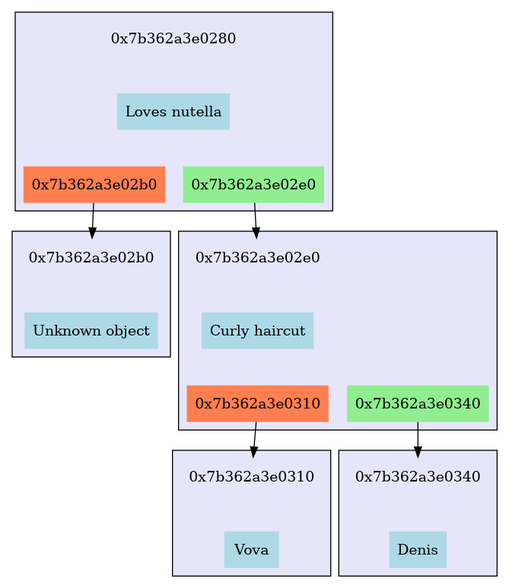
Earlier version of the Graphviz export files/tree.png (MasterVAE/MIPT_Akinator). Its source is kept beside it as files/tree.dot.
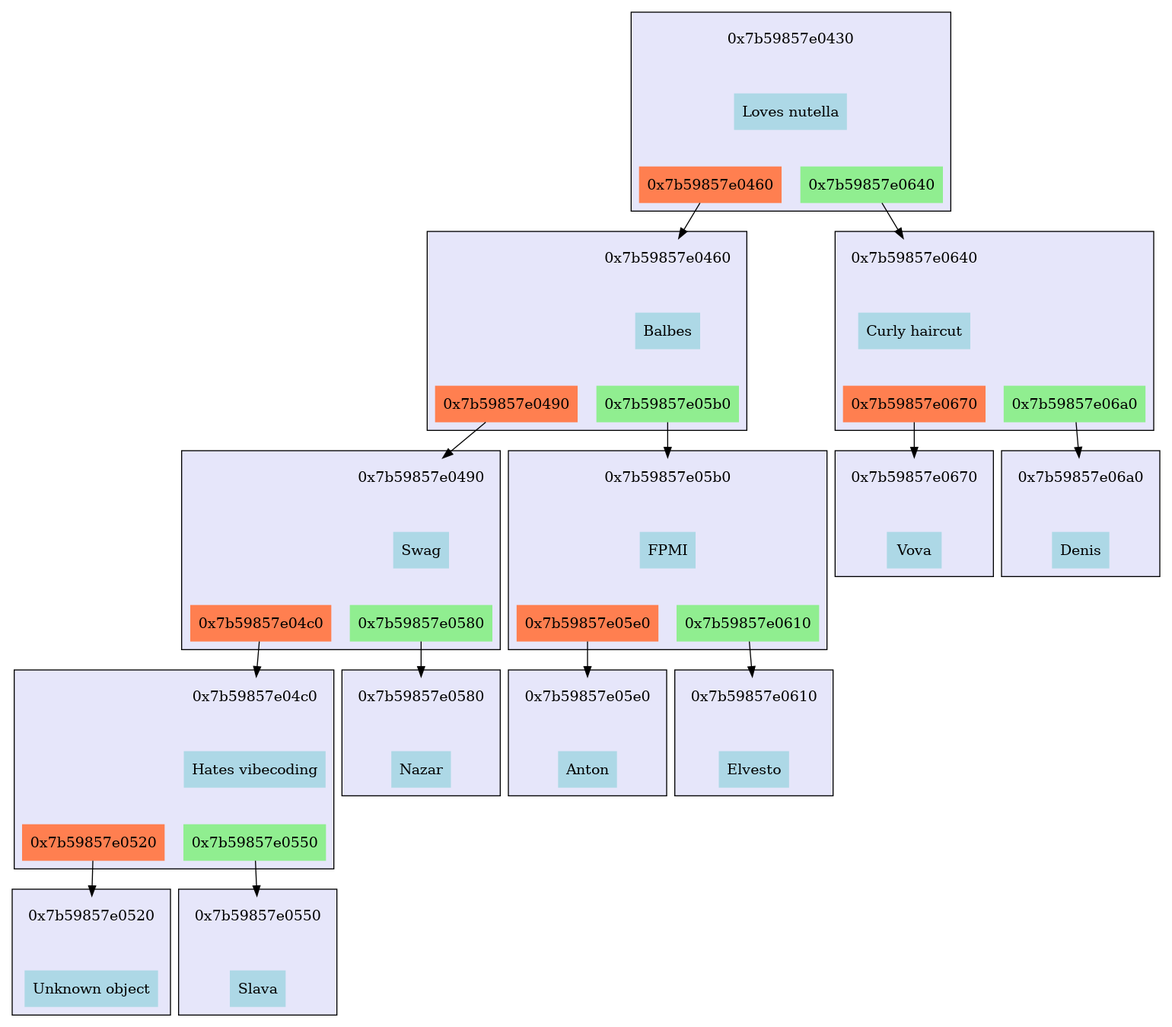
The same file after the commit.

The edit, as a diff of the source:
```diff
@@ -1,80 +1,208 @@
 digraph G {	 node [shape=plaintext, style="filled"];
 	 rankdir=TB;
-subgraph cluster_0x7b362a3e0280
+subgraph cluster_0x7b59857e0430
 {
 	style=filled;
 	rank=0;
 	fillcolor=lavender;
-	"0x7b362a3e0280_address"[label="0x7b362a3e0280",fillcolor="lavender"];
-	"0x7b362a3e0280_value"[label="Loves nutella",fillcolor="lightblue"];
-	subgraph "0x7b362a3e0280_bottom"
+	"0x7b59857e0430_address"[label="0x7b59857e0430",fillcolor="lavender"];
+	"0x7b59857e0430_value"[label="Loves nutella",fillcolor="lightblue"];
+	subgraph "0x7b59857e0430_bottom"
 	{
 		 style=invis;
-		"0x7b362a3e0280_left"[label="0x7b362a3e02b0",fillcolor="coral"];
-		"0x7b362a3e0280_right"[label="0x7b362a3e02e0",fillcolor="lightgreen"];
+		"0x7b59857e0430_left"[label="0x7b59857e0460",fillcolor="coral"];
+		"0x7b59857e0430_right"[label="0x7b59857e0640",fillcolor="lightgreen"];
 	}
-	"0x7b362a3e0280_address"->"0x7b362a3e0280_value"[style=invis,weight=10];
-	"0x7b362a3e0280_value"->"0x7b362a3e0280_left"[style=invis,weight=10];
-	"0x7b362a3e0280_value"->"0x7b362a3e0280_right"[style=invis,weight=10];
+	"0x7b59857e0430_address"->"0x7b59857e0430_value"[style=invis,weight=10];
+	"0x7b59857e0430_value"->"0x7b59857e0430_left"[style=invis,weight=10];
+	"0x7b59857e0430_value"->"0x7b59857e0430_right"[style=invis,weight=10];
 }
-"0x7b362a3e0280_left" -> "0x7b362a3e02b0_address";
-subgraph cluster_0x7b362a3e02b0
+"0x7b59857e0430_left" -> "0x7b59857e0460_address";
+subgraph cluster_0x7b59857e0460
 {
 	style=filled;
 	rank=1;
 	fillcolor=lavender;
-	"0x7b362a3e02b0_address"[label="0x7b362a3e02b0",fillcolor="lavender"];
-	"0x7b362a3e02b0_value"[label="Unknown object",fillcolor="lightblue"];
-	subgraph "0x7b362a3e02b0_bottom"
+	"0x7b59857e0460_address"[label="0x7b59857e0460",fillcolor="lavender"];
+	"0x7b59857e0460_value"[label="Balbes",fillcolor="lightblue"];
+	subgraph "0x7b59857e0460_bottom"
+	{
+		 style=invis;
+		"0x7b59857e0460_left"[label="0x7b59857e0490",fillcolor="coral"];
+		"0x7b59857e0460_right"[label="0x7b59857e05b0",fillcolor="lightgreen"];
+	}
+	"0x7b59857e0460_address"->"0x7b59857e0460_value"[style=invis,weight=10];
+	"0x7b59857e0460_value"->"0x7b59857e0460_left"[style=invis,weight=10];
+	"0x7b59857e0460_value"->"0x7b59857e0460_right"[style=invis,weight=10];
+}
+"0x7b59857e0460_left" -> "0x7b59857e0490_address";
+subgraph cluster_0x7b59857e0490
+{
+	style=filled;
+	rank=2;
+	fillcolor=lavender;
+	"0x7b59857e0490_address"[label="0x7b59857e0490",fillcolor="lavender"];
+	"0x7b59857e0490_value"[label="Swag",fillcolor="lightblue"];
+	subgraph "0x7b59857e0490_bottom"
+	{
+		 style=invis;
+		"0x7b59857e0490_left"[label="0x7b59857e04c0",fillcolor="coral"];
+		"0x7b59857e0490_right"[label="0x7b59857e0580",fillcolor="lightgreen"];
+	}
+	"0x7b59857e0490_address"->"0x7b59857e0490_value"[style=invis,weight=10];
+	"0x7b59857e0490_value"->"0x7b59857e0490_left"[style=invis,weight=10];
+	"0x7b59857e0490_value"->"0x7b59857e0490_right"[style=invis,weight=10];
+}
+"0x7b59857e0490_left" -> "0x7b59857e04c0_address";
+subgraph cluster_0x7b59857e04c0
+{
+	style=filled;
+	rank=3;
+	fillcolor=lavender;
+	"0x7b59857e04c0_address"[label="0x7b59857e04c0",fillcolor="lavender"];
+	"0x7b59857e04c0_value"[label="Hates vibecoding",fillcolor="lightblue"];
+	subgraph "0x7b59857e04c0_bottom"
+	{
+		 style=invis;
+		"0x7b59857e04c0_left"[label="0x7b59857e0520",fillcolor="coral"];
+		"0x7b59857e04c0_right"[label="0x7b59857e0550",fillcolor="lightgreen"];
+	}
+	"0x7b59857e04c0_address"->"0x7b59857e04c0_value"[style=invis,weight=10];
+	"0x7b59857e04c0_value"->"0x7b59857e04c0_left"[style=invis,weight=10];
+	"0x7b59857e04c0_value"->"0x7b59857e04c0_right"[style=invis,weight=10];
+}
+"0x7b59857e04c0_left" -> "0x7b59857e0520_address";
+subgraph cluster_0x7b59857e0520
+{
+	style=filled;
+	rank=4;
+	fillcolor=lavender;
+	"0x7b59857e0520_address"[label="0x7b59857e0520",fillcolor="lavender"];
+	"0x7b59857e0520_value"[label="Unknown object",fillcolor="lightblue"];
+	subgraph "0x7b59857e0520_bottom"
 	{
 		 style=invis;
 	}
-	"0x7b362a3e02b0_address"->"0x7b362a3e02b0_value"[style=invis,weight=10];
+	"0x7b59857e0520_address"->"0x7b59857e0520_value"[style=invis,weight=10];
 }
-"0x7b362a3e0280_right" -> "0x7b362a3e02e0_address";
-subgraph cluster_0x7b362a3e02e0
+"0x7b59857e04c0_right" -> "0x7b59857e0550_address";
+subgraph cluster_0x7b59857e0550
+{
+	style=filled;
+	rank=4;
+	fillcolor=lavender;
+	"0x7b59857e0550_address"[label="0x7b59857e0550",fillcolor="lavender"];
+	"0x7b59857e0550_value"[label="Slava",fillcolor="lightblue"];
+	subgraph "0x7b59857e0550_bottom"
+	{
+		 style=invis;
+	}
+	"0x7b59857e0550_address"->"0x7b59857e0550_value"[style=invis,weight=10];
+}
+"0x7b59857e0490_right" -> "0x7b59857e0580_address";
+subgraph cluster_0x7b59857e0580
+{
+	style=filled;
+	rank=3;
+	fillcolor=lavender;
+	"0x7b59857e0580_address"[label="0x7b59857e0580",fillcolor="lavender"];
+	"0x7b59857e0580_value"[label="Nazar",fillcolor="lightblue"];
+	subgraph "0x7b59857e0580_bottom"
+	{
+		 style=invis;
+	}
+	"0x7b59857e0580_address"->"0x7b59857e0580_value"[style=invis,weight=10];
+}
+"0x7b59857e0460_right" -> "0x7b59857e05b0_address";
+subgraph cluster_0x7b59857e05b0
+{
+	style=filled;
+	rank=2;
+	fillcolor=lavender;
+	"0x7b59857e05b0_address"[label="0x7b59857e05b0",fillcolor="lavender"];
+	"0x7b59857e05b0_value"[label="FPMI",fillcolor="lightblue"];
+	subgraph "0x7b59857e05b0_bottom"
+	{
+		 style=invis;
+		"0x7b59857e05b0_left"[label="0x7b59857e05e0",fillcolor="coral"];
+		"0x7b59857e05b0_right"[label="0x7b59857e0610",fillcolor="lightgreen"];
+	}
+	"0x7b59857e05b0_address"->"0x7b59857e05b0_value"[style=invis,weight=10];
+	"0x7b59857e05b0_value"->"0x7b59857e05b0_left"[style=invis,weight=10];
+	"0x7b59857e05b0_value"->"0x7b59857e05b0_right"[style=invis,weight=10];
+}
+"0x7b59857e05b0_left" -> "0x7b59857e05e0_address";
+subgraph cluster_0x7b59857e05e0
+{
+	style=filled;
+	rank=3;
+	fillcolor=lavender;
+	"0x7b59857e05e0_address"[label="0x7b59857e05e0",fillcolor="lavender"];
+	"0x7b59857e05e0_value"[label="Anton",fillcolor="lightblue"];
+	subgraph "0x7b59857e05e0_bottom"
+	{
+		 style=invis;
+	}
+	"0x7b59857e05e0_address"->"0x7b59857e05e0_value"[style=invis,weight=10];
+}
+"0x7b59857e05b0_right" -> "0x7b59857e0610_address";
+subgraph cluster_0x7b59857e0610
+{
+	style=filled;
+	rank=3;
+	fillcolor=lavender;
+	"0x7b59857e0610_address"[label="0x7b59857e0610",fillcolor="lavender"];
+	"0x7b59857e0610_value"[label="Elvesto",fillcolor="lightblue"];
+	subgraph "0x7b59857e0610_bottom"
+	{
+		 style=invis;
+	}
+	"0x7b59857e0610_address"->"0x7b59857e0610_value"[style=invis,weight=10];
+}
+"0x7b59857e0430_right" -> "0x7b59857e0640_address";
+subgraph cluster_0x7b59857e0640
 {
 	style=filled;
 	rank=1;
 	fillcolor=lavender;
-	"0x7b362a3e02e0_address"[label="0x7b362a3e02e0",fillcolor="lavender"];
-	"0x7b362a3e02e0_value"[label="Curly haircut",fillcolor="lightblue"];
-	subgraph "0x7b362a3e02e0_bottom"
+	"0x7b59857e0640_address"[label="0x7b59857e0640",fillcolor="lavender"];
+	"0x7b59857e0640_value"[label="Curly haircut",fillcolor="lightblue"];
+	subgraph "0x7b59857e0640_bottom"
 	{
 		 style=invis;
-		"0x7b362a3e02e0_left"[label="0x7b362a3e0310",fillcolor="coral"];
-		"0x7b362a3e02e0_right"[label="0x7b362a3e0340",fillcolor="lightgreen"];
+		"0x7b59857e0640_left"[label="0x7b59857e0670",fillcolor="coral"];
+		"0x7b59857e0640_right"[label="0x7b59857e06a0",fillcolor="lightgreen"];
 	}
-	"0x7b362a3e02e0_address"->"0x7b362a3e02e0_value"[style=invis,weight=10];
-	"0x7b362a3e02e0_value"->"0x7b362a3e02e0_left"[style=invis,weight=10];
-	"0x7b362a3e02e0_value"->"0x7b362a3e02e0_right"[style=invis,weight=10];
+	"0x7b59857e0640_address"->"0x7b59857e0640_value"[style=invis,weight=10];
+	"0x7b59857e0640_value"->"0x7b59857e0640_left"[style=invis,weight=10];
+	"0x7b59857e0640_value"->"0x7b59857e0640_right"[style=invis,weight=10];
 }
-"0x7b362a3e02e0_left" -> "0x7b362a3e0310_address";
-subgraph cluster_0x7b362a3e0310
+"0x7b59857e0640_left" -> "0x7b59857e0670_address";
+subgraph cluster_0x7b59857e0670
 {
 	style=filled;
 	rank=2;
 	fillcolor=lavender;
-	"0x7b362a3e0310_address"[label="0x7b362a3e0310",fillcolor="lavender"];
-	"0x7b362a3e0310_value"[label="Vova",fillcolor="lightblue"];
-	subgraph "0x7b362a3e0310_bottom"
+	"0x7b59857e0670_address"[label="0x7b59857e0670",fillcolor="lavender"];
+	"0x7b59857e0670_value"[label="Vova",fillcolor="lightblue"];
+	subgraph "0x7b59857e0670_bottom"
 	{
 		 style=invis;
 	}
-	"0x7b362a3e0310_address"->"0x7b362a3e0310_value"[style=invis,weight=10];
+	"0x7b59857e0670_address"->"0x7b59857e0670_value"[style=invis,weight=10];
 }
-"0x7b362a3e02e0_right" -> "0x7b362a3e0340_address";
-subgraph cluster_0x7b362a3e0340
+"0x7b59857e0640_right" -> "0x7b59857e06a0_address";
+subgraph cluster_0x7b59857e06a0
 {
 	style=filled;
 	rank=2;
 	fillcolor=lavender;
-	"0x7b362a3e0340_address"[label="0x7b362a3e0340",fillcolor="lavender"];
-	"0x7b362a3e0340_value"[label="Denis",fillcolor="lightblue"];
-	subgraph "0x7b362a3e0340_bottom"
+	"0x7b59857e06a0_address"[label="0x7b59857e06a0",fillcolor="lavender"];
+	"0x7b59857e06a0_value"[label="Denis",fillcolor="lightblue"];
+	subgraph "0x7b59857e06a0_bottom"
 	{
 		 style=invis;
 	}
-	"0x7b362a3e0340_address"->"0x7b362a3e0340_value"[style=invis,weight=10];
+	"0x7b59857e06a0_address"->"0x7b59857e06a0_value"[style=invis,weight=10];
 }
 }
```
